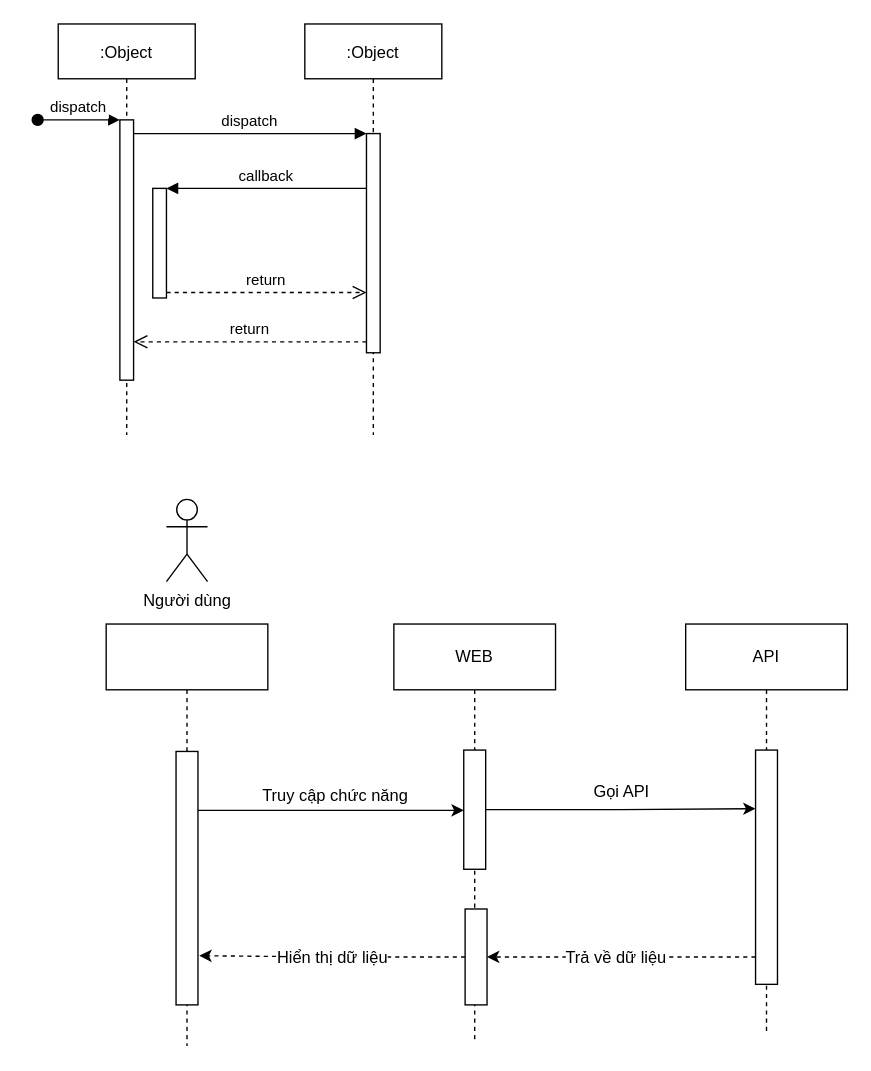
Above: Sequence Diagram.drawio in mitgaming/drawio (draw.io), before the change. Source tidied: cells renumbered, new cells numbered last; positions are measured from the earlier drawing's top-left corner, leaving out a move shared by most shapes. Both pictures are drawn from the tidied source at 137%, with x=0, y=0 at pixel (37, 23).
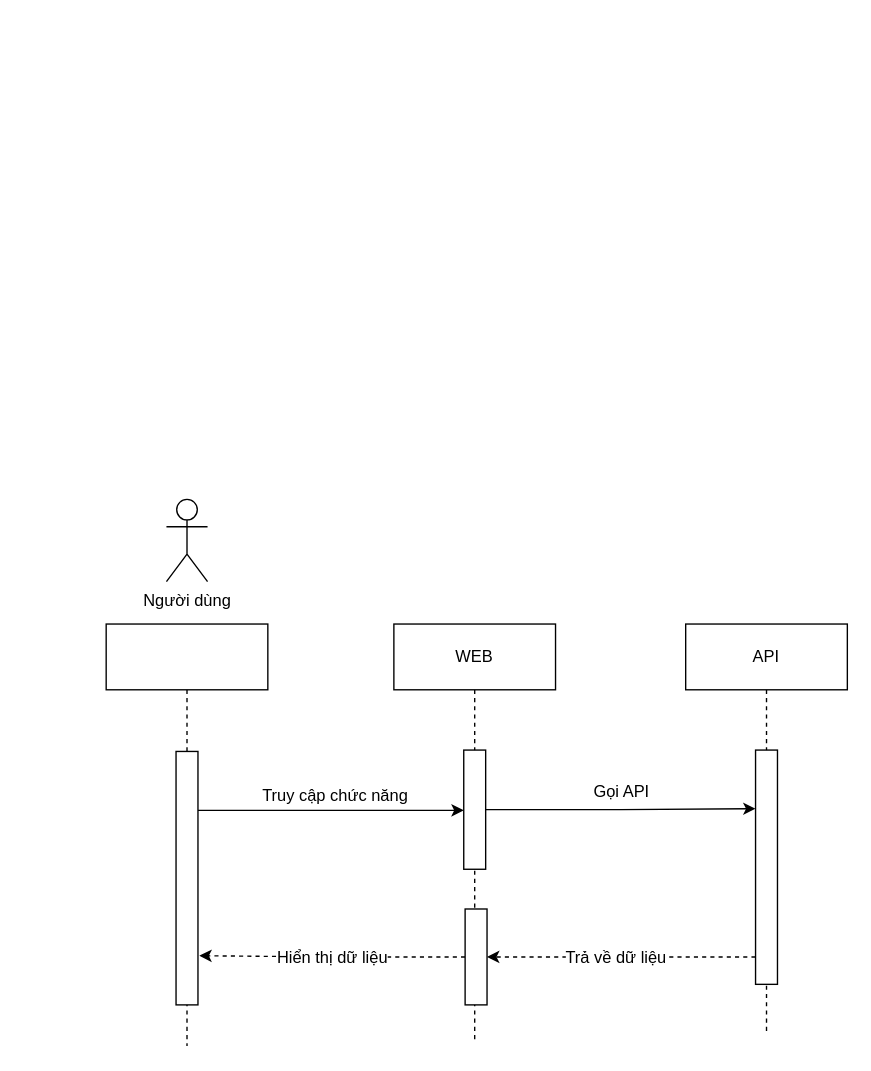
The same page after the edit.

Commit message (it also covers changes not shown here):
Cập nhật Sequence Diagram.drawio

What changed in the source:
```diff
@@
-    <mxCell id="2" value=":Object" style="shape=umlLifeline;perimeter=lifelinePerimeter;rounded=0;shadow=0;strokeWidth=1;" parent="1" vertex="1">
-      <mxGeometry x="15" width="100" height="300" as="geometry" />
-    </mxCell>
-    <mxCell id="3" style="points=[];perimeter=orthogonalPerimeter;rounded=0;shadow=0;strokeWidth=1;" parent="2" vertex="1">
-      <mxGeometry x="45" y="70" width="10" height="190" as="geometry" />
-    </mxCell>
-    <mxCell id="4" value="dispatch" style="verticalAlign=bottom;startArrow=oval;endArrow=block;startSize=8;shadow=0;strokeWidth=1;" parent="2" edge="1" target="3">
-      <mxGeometry relative="1" as="geometry">
-        <mxPoint x="-15" y="70" as="sourcePoint" />
-      </mxGeometry>
-    </mxCell>
-    <mxCell id="5" style="points=[];perimeter=orthogonalPerimeter;rounded=0;shadow=0;strokeWidth=1;" parent="2" vertex="1">
-      <mxGeometry x="69" y="120" width="10" height="80" as="geometry" />
-    </mxCell>
-    <mxCell id="6" value=":Object" style="shape=umlLifeline;perimeter=lifelinePerimeter;rounded=0;shadow=0;strokeWidth=1;" parent="1" vertex="1">
-      <mxGeometry x="195" width="100" height="300" as="geometry" />
-    </mxCell>
-    <mxCell id="7" style="points=[];perimeter=orthogonalPerimeter;rounded=0;shadow=0;strokeWidth=1;" parent="6" vertex="1">
-      <mxGeometry x="45" y="80" width="10" height="160" as="geometry" />
-    </mxCell>
-    <mxCell id="8" value="return" style="verticalAlign=bottom;endArrow=open;dashed=1;endSize=8;exitX=0;exitY=0.95;shadow=0;strokeWidth=1;" parent="1" edge="1" source="7" target="3">
-      <mxGeometry relative="1" as="geometry" />
-    </mxCell>
-    <mxCell id="9" value="dispatch" style="verticalAlign=bottom;endArrow=block;entryX=0;entryY=0;shadow=0;strokeWidth=1;" parent="1" edge="1" source="3" target="7">
-      <mxGeometry relative="1" as="geometry" />
-    </mxCell>
-    <mxCell id="10" value="callback" style="verticalAlign=bottom;endArrow=block;entryX=1;entryY=0;shadow=0;strokeWidth=1;" parent="1" edge="1" source="7" target="5">
-      <mxGeometry relative="1" as="geometry" />
-    </mxCell>
-    <mxCell id="11" value="return" style="verticalAlign=bottom;endArrow=open;dashed=1;endSize=8;exitX=1;exitY=0.95;shadow=0;strokeWidth=1;" parent="1" edge="1" source="5" target="7">
-      <mxGeometry relative="1" as="geometry" />
-    </mxCell>
```
